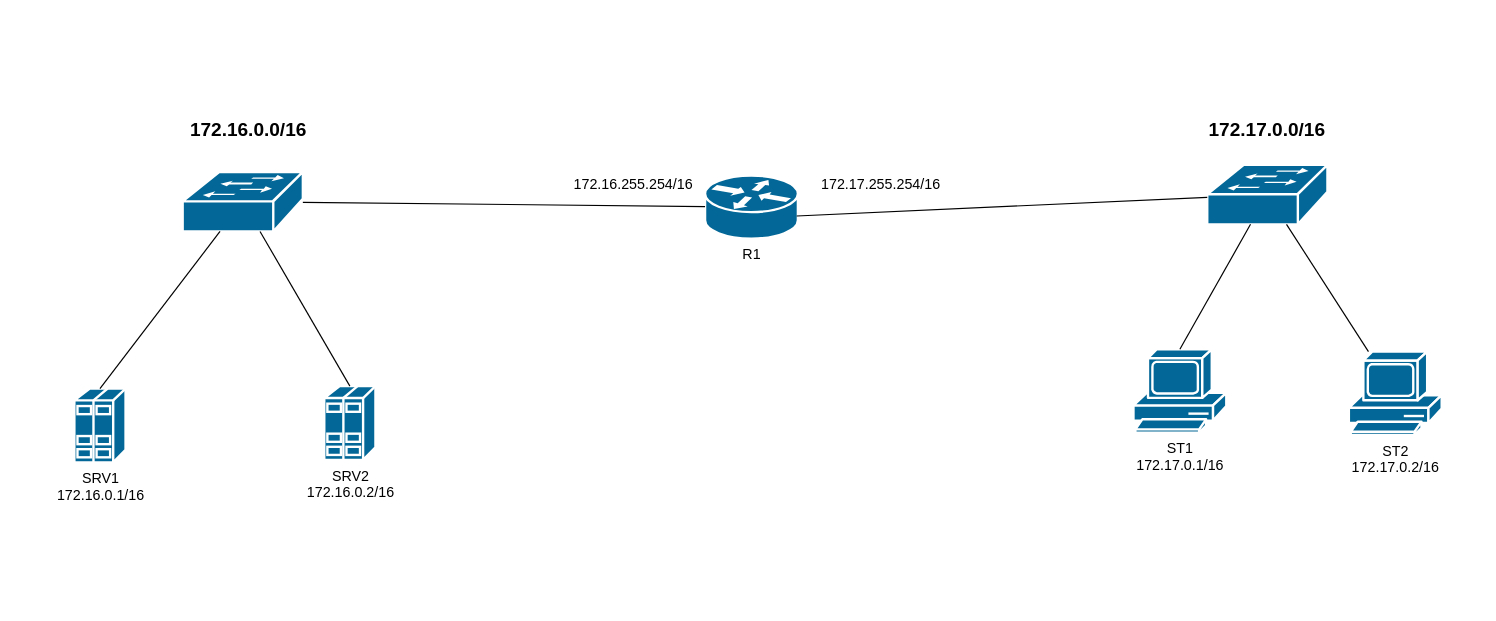
Above: Exercice2/schema.drawio in BarthBruvori/epsi-asrc-b2m2-tp1-routage (draw.io), before the change. Source tidied: cells renumbered, new cells numbered last; positions are measured from the earlier drawing's top-left corner, leaving out a move shared by most shapes. Both pictures are drawn from the tidied source at 119%, with x=0, y=0 at pixel (74, 111).
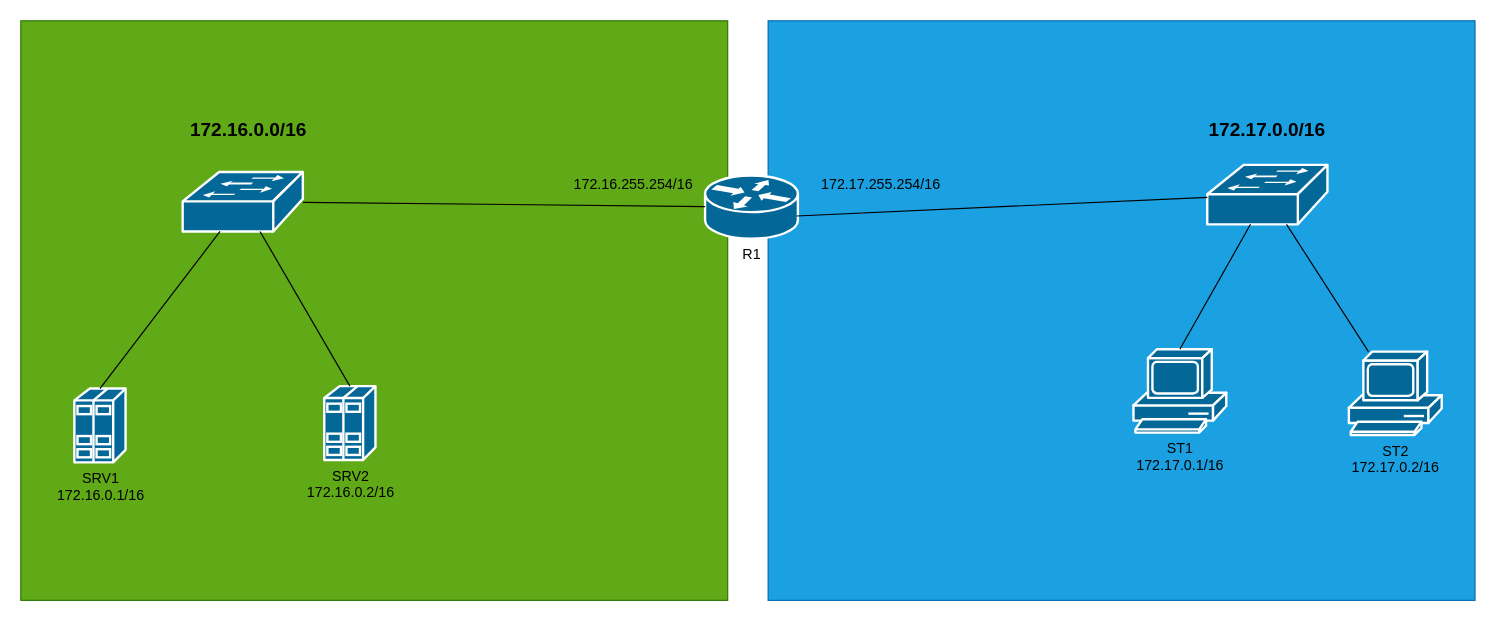
Above is the later version.

Change to the diagram source:
```diff
@@
+    <mxCell id="19" style="rounded=0;whiteSpace=wrap;html=1;fillColor=#1ba1e2;fontColor=#ffffff;strokeColor=#006EAF;" parent="1" vertex="1">
+      <mxGeometry x="583" y="-76" width="594" height="487" as="geometry" />
+    </mxCell>
+    <mxCell id="20" style="rounded=0;whiteSpace=wrap;html=1;fillColor=#60a917;fontColor=#ffffff;strokeColor=#2D7600;" parent="1" vertex="1">
+      <mxGeometry x="-45" y="-76" width="594" height="487" as="geometry" />
+    </mxCell>
```
